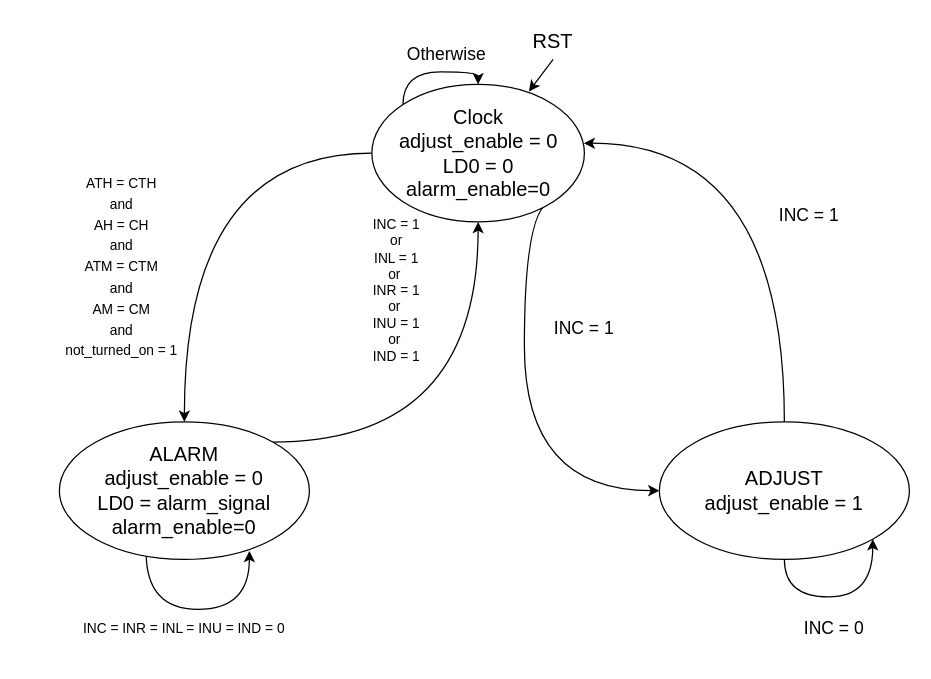
MagdElDinAhmed/DD1-Project2 keeps this draw.io diagram as page "FSM- Main Circuit" (5 of 7) of Block Diagram.drawio. Above is the earlier version. Source tidied: cells renumbered, new cells numbered last; positions are measured from the earlier drawing's top-left corner, leaving out a move shared by most shapes. Both pictures are drawn from the tidied source at 125%, with x=0, y=0 at pixel (21, 21).
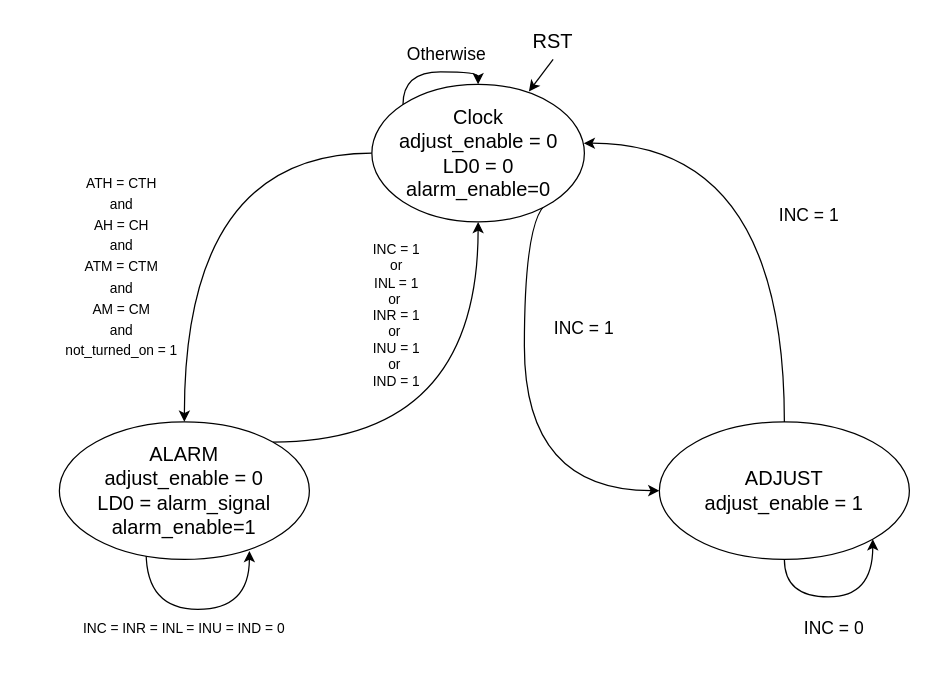
The same diagram, later.

What changed in the source:
```diff
@@
-    <mxCell id="9" value="&lt;span style=&quot;font-size: 16px;&quot;&gt;ALARM&lt;br&gt;&lt;/span&gt;&lt;div&gt;&lt;font style=&quot;font-size: 16px;&quot;&gt;adjust_enable = 0&lt;br&gt;&lt;/font&gt;&lt;/div&gt;&lt;div&gt;&lt;font style=&quot;font-size: 16px;&quot;&gt;LD0 = alarm_signal&lt;br&gt;&lt;/font&gt;&lt;/div&gt;&lt;font style=&quot;font-size: 16px;&quot;&gt;alarm_enable=0&lt;/font&gt;" style="text;html=1;strokeColor=none;fillColor=none;align=center;verticalAlign=middle;whiteSpace=wrap;rounded=0;" parent="1" vertex="1">
+    <mxCell id="9" value="&lt;span style=&quot;font-size: 16px;&quot;&gt;ALARM&lt;br&gt;&lt;/span&gt;&lt;div&gt;&lt;font style=&quot;font-size: 16px;&quot;&gt;adjust_enable = 0&lt;br&gt;&lt;/font&gt;&lt;/div&gt;&lt;div&gt;&lt;font style=&quot;font-size: 16px;&quot;&gt;LD0 = alarm_signal&lt;br&gt;&lt;/font&gt;&lt;/div&gt;&lt;font style=&quot;font-size: 16px;&quot;&gt;alarm_enable=1&lt;/font&gt;" style="text;html=1;strokeColor=none;fillColor=none;align=center;verticalAlign=middle;whiteSpace=wrap;rounded=0;" parent="1" vertex="1">
       <mxGeometry x="50" y="360" width="160" height="30" as="geometry" />
     </mxCell>
@@
     <mxCell id="20" value="INC = 1&lt;br&gt;or&lt;br&gt;INL = 1&lt;br&gt;or&amp;nbsp;&lt;br&gt;INR = 1&lt;br&gt;or&amp;nbsp;&lt;br&gt;INU = 1&lt;br&gt;or&amp;nbsp;&lt;br&gt;IND = 1" style="text;html=1;strokeColor=none;fillColor=none;align=center;verticalAlign=middle;whiteSpace=wrap;rounded=0;fontSize=11;" parent="1" vertex="1">
-      <mxGeometry x="270" y="200" width="60" height="30" as="geometry" />
+      <mxGeometry x="270" y="220" width="60" height="30" as="geometry" />
     </mxCell>
```
